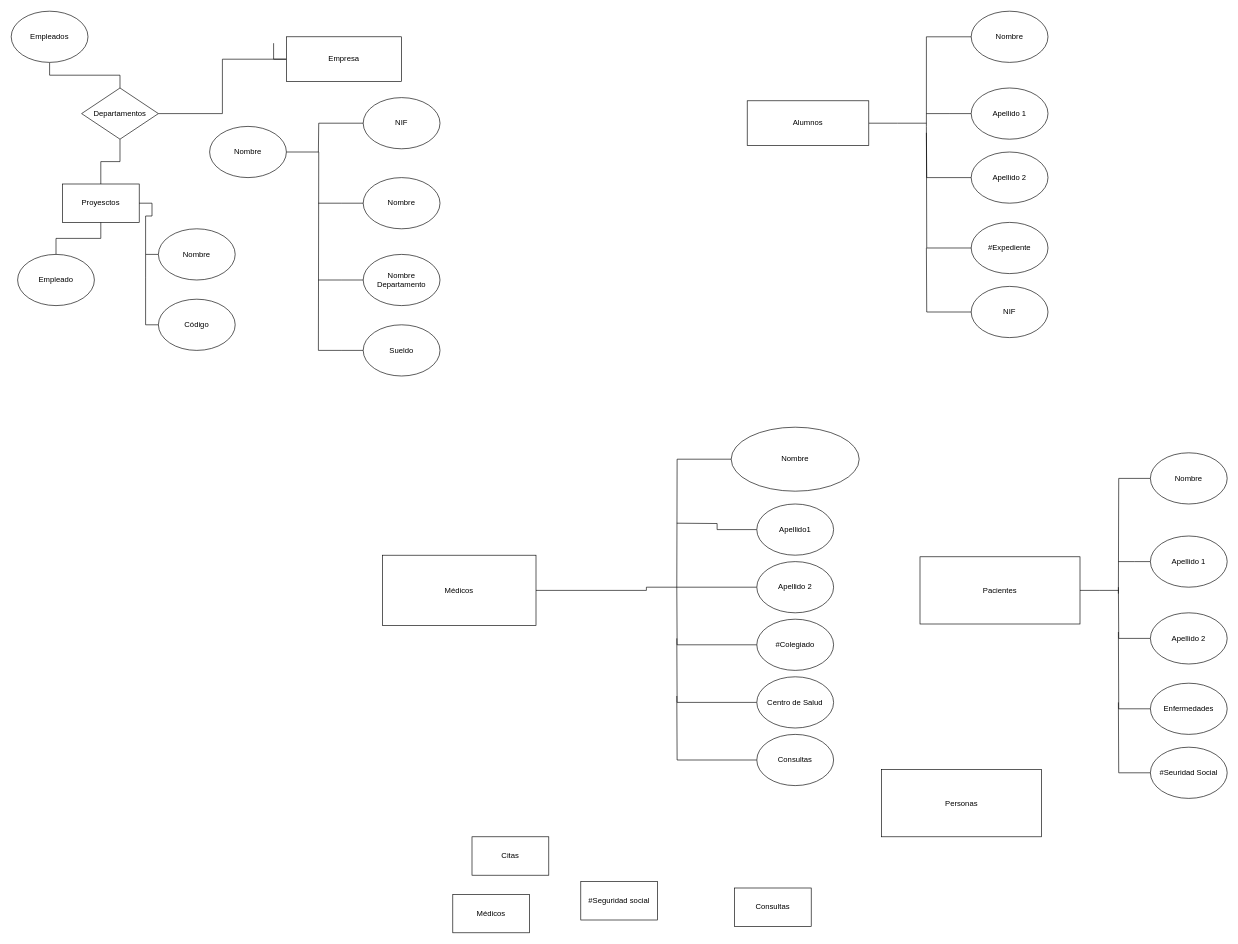
The draw.io diagram Introducción.drawio in HugoCaspoz/Bases-de-Datos-2021, before the edit. Source tidied: cells renumbered, new cells numbered last; positions are measured from the earlier drawing's top-left corner, leaving out a move shared by most shapes. Both pictures are drawn from the tidied source at 64%, with x=0, y=0 at pixel (11, 11).
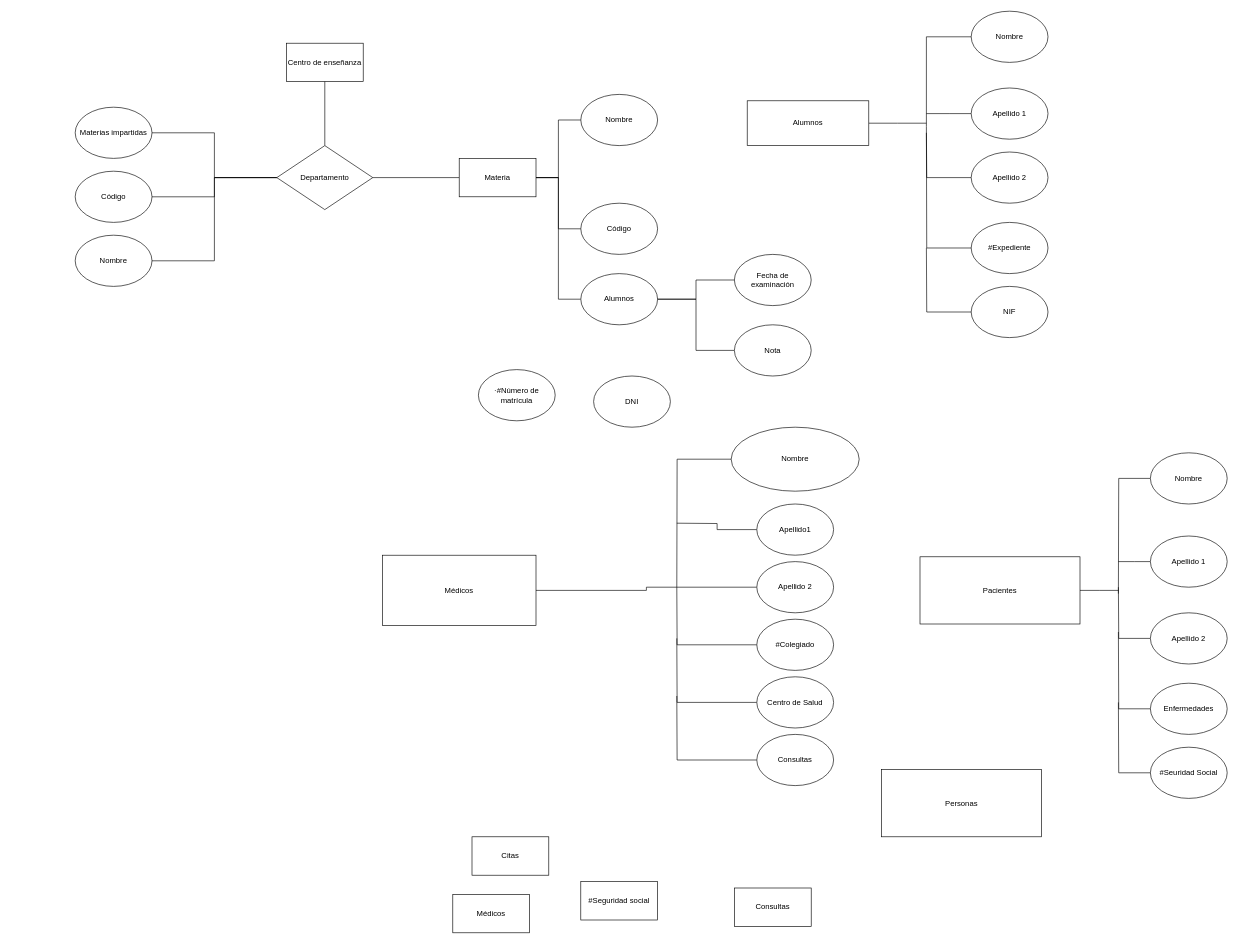
The same page after the edit.

Diff of the diagram source:
```diff
@@
-    <mxCell id="44" style="edgeStyle=orthogonalEdgeStyle;rounded=0;jettySize=auto;html=1;exitX=0;exitY=0.5;exitDx=0;exitDy=0;endArrow=none;endFill=0;" parent="1" edge="1" source="46">
-      <mxGeometry relative="1" as="geometry">
-        <mxPoint x="410" y="50" as="targetPoint" />
-      </mxGeometry>
-    </mxCell>
-    <mxCell id="45" style="edgeStyle=orthogonalEdgeStyle;rounded=0;jettySize=auto;html=1;entryX=1;entryY=0.5;entryDx=0;entryDy=0;endArrow=none;endFill=0;" parent="1" edge="1" source="46" target="63">
-      <mxGeometry relative="1" as="geometry" />
-    </mxCell>
-    <mxCell id="46" value="Empresa" style="rounded=0;whiteSpace=wrap;html=1;" parent="1" vertex="1">
-      <mxGeometry x="430" y="40" width="180" height="70" as="geometry" />
-    </mxCell>
-    <mxCell id="47" style="edgeStyle=orthogonalEdgeStyle;rounded=0;jettySize=auto;html=1;entryX=0.5;entryY=1;entryDx=0;entryDy=0;endArrow=none;endFill=0;" parent="1" edge="1" source="48" target="63">
-      <mxGeometry relative="1" as="geometry" />
-    </mxCell>
-    <mxCell id="48" value="Proyesctos" style="whiteSpace=wrap;html=1;" parent="1" vertex="1">
-      <mxGeometry x="80" y="270" width="120" height="60" as="geometry" />
-    </mxCell>
-    <mxCell id="49" style="edgeStyle=orthogonalEdgeStyle;rounded=0;jettySize=auto;html=1;entryX=0.5;entryY=0;entryDx=0;entryDy=0;endArrow=none;endFill=0;" parent="1" edge="1" source="50" target="63">
-      <mxGeometry relative="1" as="geometry" />
-    </mxCell>
-    <mxCell id="50" value="Empleados" style="ellipse;whiteSpace=wrap;html=1;" parent="1" vertex="1">
-      <mxGeometry width="120" height="80" as="geometry" />
-    </mxCell>
-    <mxCell id="51" style="edgeStyle=orthogonalEdgeStyle;rounded=0;jettySize=auto;html=1;entryX=0.5;entryY=1;entryDx=0;entryDy=0;endArrow=none;endFill=0;" parent="1" edge="1" source="52" target="48">
-      <mxGeometry relative="1" as="geometry" />
-    </mxCell>
-    <mxCell id="52" value="Empleado" style="ellipse;whiteSpace=wrap;html=1;" parent="1" vertex="1">
-      <mxGeometry x="10" y="380" width="120" height="80" as="geometry" />
-    </mxCell>
-    <mxCell id="53" style="edgeStyle=orthogonalEdgeStyle;rounded=0;jettySize=auto;html=1;endArrow=none;endFill=0;" parent="1" edge="1" source="54">
-      <mxGeometry relative="1" as="geometry">
-        <mxPoint x="480" y="530" as="targetPoint" />
-      </mxGeometry>
-    </mxCell>
-    <mxCell id="54" value="Nombre" style="ellipse;whiteSpace=wrap;html=1;" parent="1" vertex="1">
-      <mxGeometry x="310" y="180" width="120" height="80" as="geometry" />
-    </mxCell>
-    <mxCell id="55" style="edgeStyle=orthogonalEdgeStyle;rounded=0;jettySize=auto;html=1;endArrow=none;endFill=0;" parent="1" edge="1" source="56">
-      <mxGeometry relative="1" as="geometry">
-        <mxPoint x="480" y="220" as="targetPoint" />
-      </mxGeometry>
-    </mxCell>
-    <mxCell id="56" value="NIF" style="ellipse;whiteSpace=wrap;html=1;" parent="1" vertex="1">
-      <mxGeometry x="550" y="135" width="120" height="80" as="geometry" />
-    </mxCell>
-    <mxCell id="57" style="edgeStyle=orthogonalEdgeStyle;rounded=0;jettySize=auto;html=1;endArrow=none;endFill=0;" parent="1" edge="1" source="58">
-      <mxGeometry relative="1" as="geometry">
-        <mxPoint x="480" y="300" as="targetPoint" />
-      </mxGeometry>
-    </mxCell>
-    <mxCell id="58" value="Nombre" style="ellipse;whiteSpace=wrap;html=1;" parent="1" vertex="1">
-      <mxGeometry x="550" y="260" width="120" height="80" as="geometry" />
-    </mxCell>
-    <mxCell id="59" style="edgeStyle=orthogonalEdgeStyle;rounded=0;jettySize=auto;html=1;endArrow=none;endFill=0;" parent="1" edge="1" source="60">
-      <mxGeometry relative="1" as="geometry">
-        <mxPoint x="480" y="420" as="targetPoint" />
-      </mxGeometry>
-    </mxCell>
-    <mxCell id="60" value="Nombre Departamento" style="ellipse;whiteSpace=wrap;html=1;" parent="1" vertex="1">
-      <mxGeometry x="550" y="380" width="120" height="80" as="geometry" />
-    </mxCell>
-    <mxCell id="61" style="edgeStyle=orthogonalEdgeStyle;rounded=0;jettySize=auto;html=1;endArrow=none;endFill=0;" parent="1" edge="1" source="62">
-      <mxGeometry relative="1" as="geometry">
-        <mxPoint x="480" y="530" as="targetPoint" />
-      </mxGeometry>
-    </mxCell>
-    <mxCell id="62" value="Sueldo" style="ellipse;whiteSpace=wrap;html=1;" parent="1" vertex="1">
-      <mxGeometry x="550" y="490" width="120" height="80" as="geometry" />
-    </mxCell>
-    <mxCell id="63" value="Departamentos" style="rhombus;whiteSpace=wrap;html=1;" parent="1" vertex="1">
-      <mxGeometry x="110" y="120" width="120" height="80" as="geometry" />
-    </mxCell>
-    <mxCell id="64" style="edgeStyle=orthogonalEdgeStyle;rounded=0;jettySize=auto;html=1;entryX=1;entryY=0.5;entryDx=0;entryDy=0;endArrow=none;endFill=0;" parent="1" edge="1" source="65" target="48">
-      <mxGeometry relative="1" as="geometry" />
-    </mxCell>
-    <mxCell id="65" value="Nombre" style="ellipse;whiteSpace=wrap;html=1;" parent="1" vertex="1">
-      <mxGeometry x="230" y="340" width="120" height="80" as="geometry" />
-    </mxCell>
-    <mxCell id="66" style="edgeStyle=orthogonalEdgeStyle;rounded=0;jettySize=auto;html=1;endArrow=none;endFill=0;" parent="1" edge="1" source="67">
-      <mxGeometry relative="1" as="geometry">
-        <mxPoint x="210" y="380" as="targetPoint" />
-      </mxGeometry>
-    </mxCell>
-    <mxCell id="67" value="Código" style="ellipse;whiteSpace=wrap;html=1;" parent="1" vertex="1">
-      <mxGeometry x="230" y="450" width="120" height="80" as="geometry" />
-    </mxCell>
+    <mxCell id="68" value="Centro de enseñanza" style="rounded=0;whiteSpace=wrap;html=1;" parent="1" vertex="1">
+      <mxGeometry x="430" y="50" width="120" height="60" as="geometry" />
+    </mxCell>
+    <mxCell id="69" style="edgeStyle=orthogonalEdgeStyle;rounded=0;jettySize=auto;html=1;entryX=1;entryY=0.5;entryDx=0;entryDy=0;endArrow=none;endFill=0;" parent="1" edge="1" source="74" target="75">
+      <mxGeometry relative="1" as="geometry" />
+    </mxCell>
+    <mxCell id="70" style="edgeStyle=orthogonalEdgeStyle;rounded=0;jettySize=auto;html=1;entryX=1;entryY=0.5;entryDx=0;entryDy=0;endArrow=none;endFill=0;" parent="1" edge="1" source="74" target="76">
+      <mxGeometry relative="1" as="geometry" />
+    </mxCell>
+    <mxCell id="71" style="edgeStyle=orthogonalEdgeStyle;rounded=0;jettySize=auto;html=1;entryX=1;entryY=0.5;entryDx=0;entryDy=0;endArrow=none;endFill=0;" parent="1" edge="1" source="74" target="77">
+      <mxGeometry relative="1" as="geometry" />
+    </mxCell>
+    <mxCell id="72" style="edgeStyle=orthogonalEdgeStyle;rounded=0;jettySize=auto;html=1;entryX=0.5;entryY=1;entryDx=0;entryDy=0;endArrow=none;endFill=0;" parent="1" edge="1" source="74" target="68">
+      <mxGeometry relative="1" as="geometry" />
+    </mxCell>
+    <mxCell id="73" style="edgeStyle=orthogonalEdgeStyle;rounded=0;jettySize=auto;html=1;entryX=0;entryY=0.5;entryDx=0;entryDy=0;endArrow=none;endFill=0;" parent="1" edge="1" source="74" target="82">
+      <mxGeometry relative="1" as="geometry" />
+    </mxCell>
+    <mxCell id="74" value="Departamento" style="rhombus;whiteSpace=wrap;html=1;" parent="1" vertex="1">
+      <mxGeometry x="415" y="210" width="150" height="100" as="geometry" />
+    </mxCell>
+    <mxCell id="75" value="Materias impartidas" style="ellipse;whiteSpace=wrap;html=1;" parent="1" vertex="1">
+      <mxGeometry x="100" y="150" width="120" height="80" as="geometry" />
+    </mxCell>
+    <mxCell id="76" value="Código" style="ellipse;whiteSpace=wrap;html=1;" parent="1" vertex="1">
+      <mxGeometry x="100" y="250" width="120" height="80" as="geometry" />
+    </mxCell>
+    <mxCell id="77" value="Nombre" style="ellipse;whiteSpace=wrap;html=1;" parent="1" vertex="1">
+      <mxGeometry x="100" y="350" width="120" height="80" as="geometry" />
+    </mxCell>
+    <mxCell id="78" value="Nombre" style="ellipse;whiteSpace=wrap;html=1;" parent="1" vertex="1">
+      <mxGeometry x="890" y="130" width="120" height="80" as="geometry" />
+    </mxCell>
+    <mxCell id="79" value="Código" style="ellipse;whiteSpace=wrap;html=1;" parent="1" vertex="1">
+      <mxGeometry x="890" y="300" width="120" height="80" as="geometry" />
+    </mxCell>
+    <mxCell id="80" style="edgeStyle=orthogonalEdgeStyle;rounded=0;jettySize=auto;html=1;entryX=0;entryY=0.5;entryDx=0;entryDy=0;endArrow=none;endFill=0;" parent="1" edge="1" source="82" target="79">
+      <mxGeometry relative="1" as="geometry" />
+    </mxCell>
+    <mxCell id="81" style="edgeStyle=orthogonalEdgeStyle;rounded=0;jettySize=auto;html=1;entryX=0;entryY=0.5;entryDx=0;entryDy=0;endArrow=none;endFill=0;" parent="1" edge="1" source="82" target="78">
+      <mxGeometry relative="1" as="geometry" />
+    </mxCell>
+    <mxCell id="82" value="Materia" style="rounded=0;whiteSpace=wrap;html=1;" parent="1" vertex="1">
+      <mxGeometry x="700" y="230" width="120" height="60" as="geometry" />
+    </mxCell>
+    <mxCell id="83" style="edgeStyle=orthogonalEdgeStyle;rounded=0;jettySize=auto;html=1;entryX=1;entryY=0.5;entryDx=0;entryDy=0;endArrow=none;endFill=0;" parent="1" edge="1" source="85" target="82">
+      <mxGeometry relative="1" as="geometry" />
+    </mxCell>
+    <mxCell id="84" style="edgeStyle=orthogonalEdgeStyle;rounded=0;jettySize=auto;html=1;entryX=0;entryY=0.5;entryDx=0;entryDy=0;endArrow=none;endFill=0;" parent="1" edge="1" source="85" target="88">
+      <mxGeometry relative="1" as="geometry" />
+    </mxCell>
+    <mxCell id="85" value="Alumnos" style="ellipse;whiteSpace=wrap;html=1;" parent="1" vertex="1">
+      <mxGeometry x="890" y="410" width="120" height="80" as="geometry" />
+    </mxCell>
+    <mxCell id="86" value="·#Número de matrícula" style="ellipse;whiteSpace=wrap;html=1;" parent="1" vertex="1">
+      <mxGeometry x="730" y="560" width="120" height="80" as="geometry" />
+    </mxCell>
+    <mxCell id="87" value="DNI" style="ellipse;whiteSpace=wrap;html=1;" parent="1" vertex="1">
+      <mxGeometry x="910" y="570" width="120" height="80" as="geometry" />
+    </mxCell>
+    <mxCell id="88" value="Fecha de examinación" style="ellipse;whiteSpace=wrap;html=1;" parent="1" vertex="1">
+      <mxGeometry x="1130" y="380" width="120" height="80" as="geometry" />
+    </mxCell>
+    <mxCell id="89" style="edgeStyle=orthogonalEdgeStyle;rounded=0;jettySize=auto;html=1;entryX=1;entryY=0.5;entryDx=0;entryDy=0;endArrow=none;endFill=0;" parent="1" edge="1" source="90" target="85">
+      <mxGeometry relative="1" as="geometry" />
+    </mxCell>
+    <mxCell id="90" value="Nota" style="ellipse;whiteSpace=wrap;html=1;" parent="1" vertex="1">
+      <mxGeometry x="1130" y="490" width="120" height="80" as="geometry" />
+    </mxCell>
```
